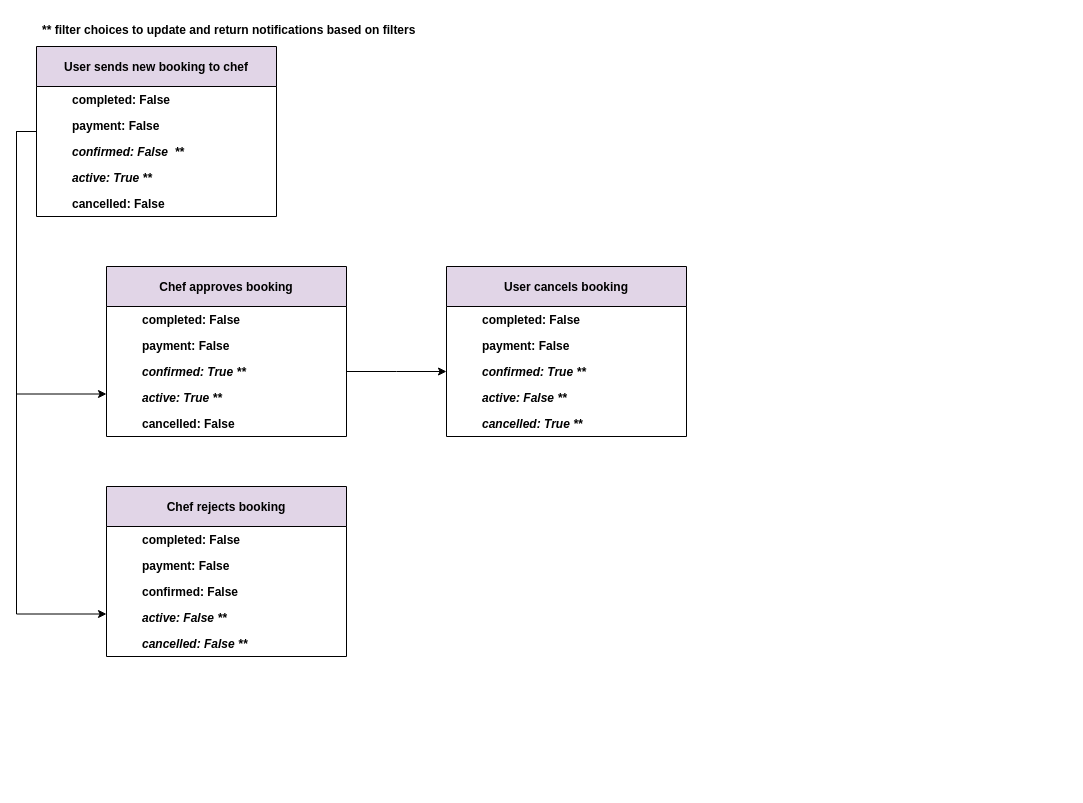
This is notifications.drawio from chuichin/foodapp, a draw.io file, before an edit. Source tidied: cells renumbered, new cells numbered last; positions are measured from the earlier drawing's top-left corner, leaving out a move shared by most shapes. Both pictures are drawn from the tidied source at 100%, with x=0, y=0 at pixel (36, 16).
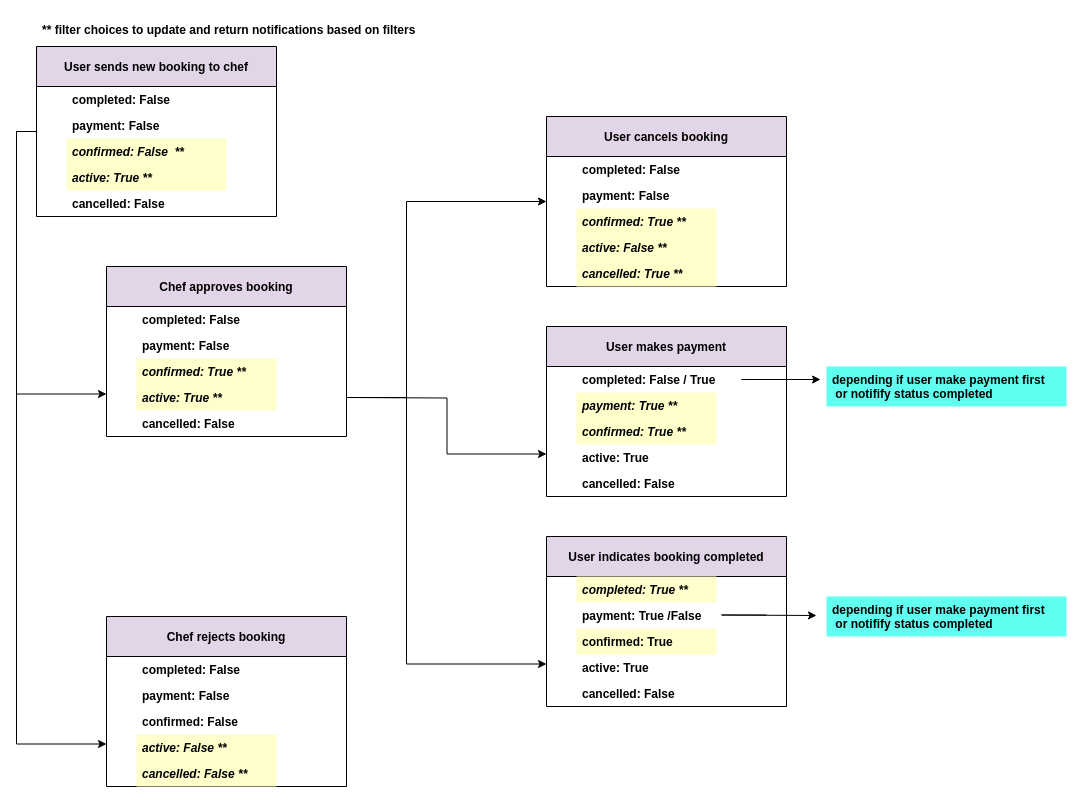
The same diagram, later.

Unchanged cells that the change refers to:
```xml
<mxCell id="4" value="User sends new booking to chef" style="swimlane;fillColor=#E1D5E7;startSize=40;" parent="1" vertex="1">
  <mxGeometry y="30" width="240" height="170" as="geometry" />
</mxCell>
<mxCell id="17" value="Chef approves booking" style="swimlane;fillColor=#E1D5E7;startSize=40;" parent="1" vertex="1">
  <mxGeometry x="70" y="250" width="240" height="170" as="geometry" />
</mxCell>
```

Change to the diagram source:
```diff
@@
-    <mxCell id="6" value="confirmed: False  **" style="text;align=left;verticalAlign=top;spacingLeft=4;spacingRight=4;overflow=hidden;rounded=0;shadow=0;html=0;fontStyle=3;strokeColor=none;" parent="4" vertex="1">
-      <mxGeometry x="30" y="92" width="210" height="26" as="geometry" />
+    <mxCell id="6" value="confirmed: False  **" style="text;align=left;verticalAlign=top;spacingLeft=4;spacingRight=4;overflow=hidden;rounded=0;shadow=0;html=0;fontStyle=3;strokeColor=none;fillColor=#FFFFCC;" parent="4" vertex="1">
+      <mxGeometry x="30" y="92" width="160" height="26" as="geometry" />
     </mxCell>
-    <mxCell id="7" value="active: True **" style="text;align=left;verticalAlign=top;spacingLeft=4;spacingRight=4;overflow=hidden;rounded=0;shadow=0;html=0;fontStyle=3;" parent="4" vertex="1">
-      <mxGeometry x="30" y="118" width="210" height="26" as="geometry" />
+    <mxCell id="7" value="active: True **" style="text;align=left;verticalAlign=top;spacingLeft=4;spacingRight=4;overflow=hidden;rounded=0;shadow=0;html=0;fontStyle=3;fillColor=#FFFFCC;" parent="4" vertex="1">
+      <mxGeometry x="30" y="118" width="160" height="26" as="geometry" />
     </mxCell>
@@
     <mxCell id="11" value="Chef rejects booking" style="swimlane;fillColor=#E1D5E7;startSize=40;" parent="1" vertex="1">
-      <mxGeometry x="70" y="470" width="240" height="170" as="geometry" />
+      <mxGeometry x="70" y="600" width="240" height="170" as="geometry" />
     </mxCell>
@@
-    <mxCell id="14" value="active: False **" style="text;align=left;verticalAlign=top;spacingLeft=4;spacingRight=4;overflow=hidden;rounded=0;shadow=0;html=0;fontStyle=3;" parent="11" vertex="1">
-      <mxGeometry x="30" y="118" width="210" height="26" as="geometry" />
+    <mxCell id="14" value="active: False **" style="text;align=left;verticalAlign=top;spacingLeft=4;spacingRight=4;overflow=hidden;rounded=0;shadow=0;html=0;fontStyle=3;fillColor=#FFFFCC;" parent="11" vertex="1">
+      <mxGeometry x="30" y="118" width="140" height="26" as="geometry" />
     </mxCell>
-    <mxCell id="15" value="cancelled: False **" style="text;align=left;verticalAlign=top;spacingLeft=4;spacingRight=4;overflow=hidden;rounded=0;shadow=0;html=0;fontStyle=3;" parent="11" vertex="1">
-      <mxGeometry x="30" y="144" width="210" height="26" as="geometry" />
+    <mxCell id="15" value="cancelled: False **" style="text;align=left;verticalAlign=top;spacingLeft=4;spacingRight=4;overflow=hidden;rounded=0;shadow=0;html=0;fontStyle=3;fillColor=#FFFFCC;" parent="11" vertex="1">
+      <mxGeometry x="30" y="144" width="140" height="26" as="geometry" />
     </mxCell>
@@
-    <mxCell id="19" value="confirmed: True **" style="text;align=left;verticalAlign=top;spacingLeft=4;spacingRight=4;overflow=hidden;points=[[0,0.5],[1,0.5]];portConstraint=eastwest;rounded=0;shadow=0;html=0;fontStyle=3;" parent="17" vertex="1">
-      <mxGeometry x="30" y="92" width="210" height="26" as="geometry" />
+    <mxCell id="19" value="confirmed: True **" style="text;align=left;verticalAlign=top;spacingLeft=4;spacingRight=4;overflow=hidden;points=[[0,0.5],[1,0.5]];portConstraint=eastwest;rounded=0;shadow=0;html=0;fontStyle=3;fillColor=#FFFFCC;" parent="17" vertex="1">
+      <mxGeometry x="30" y="92" width="140" height="26" as="geometry" />
     </mxCell>
-    <mxCell id="20" value="active: True **" style="text;align=left;verticalAlign=top;spacingLeft=4;spacingRight=4;overflow=hidden;rounded=0;shadow=0;html=0;fontStyle=3;" parent="17" vertex="1">
-      <mxGeometry x="30" y="118" width="210" height="26" as="geometry" />
+    <mxCell id="20" value="active: True **" style="text;align=left;verticalAlign=top;spacingLeft=4;spacingRight=4;overflow=hidden;rounded=0;shadow=0;html=0;fontStyle=3;fillColor=#FFFFCC;" parent="17" vertex="1">
+      <mxGeometry x="30" y="118" width="140" height="26" as="geometry" />
     </mxCell>
@@
     <mxCell id="23" value="User cancels booking" style="swimlane;fillColor=#E1D5E7;startSize=40;" parent="1" vertex="1">
-      <mxGeometry x="410" y="250" width="240" height="170" as="geometry" />
+      <mxGeometry x="510" y="100" width="240" height="170" as="geometry" />
     </mxCell>
@@
-    <mxCell id="25" value="confirmed: True **" style="text;align=left;verticalAlign=top;spacingLeft=4;spacingRight=4;overflow=hidden;rounded=0;shadow=0;html=0;fontStyle=3;" parent="23" vertex="1">
-      <mxGeometry x="30" y="92" width="210" height="26" as="geometry" />
+    <mxCell id="25" value="confirmed: True **" style="text;align=left;verticalAlign=top;spacingLeft=4;spacingRight=4;overflow=hidden;rounded=0;shadow=0;html=0;fontStyle=3;fillColor=#FFFFCC;" parent="23" vertex="1">
+      <mxGeometry x="30" y="92" width="140" height="26" as="geometry" />
     </mxCell>
-    <mxCell id="26" value="active: False **" style="text;align=left;verticalAlign=top;spacingLeft=4;spacingRight=4;overflow=hidden;rounded=0;shadow=0;html=0;fontStyle=3;" parent="23" vertex="1">
-      <mxGeometry x="30" y="118" width="210" height="26" as="geometry" />
+    <mxCell id="26" value="active: False **" style="text;align=left;verticalAlign=top;spacingLeft=4;spacingRight=4;overflow=hidden;rounded=0;shadow=0;html=0;fontStyle=3;fillColor=#FFFFCC;" parent="23" vertex="1">
+      <mxGeometry x="30" y="118" width="140" height="26" as="geometry" />
     </mxCell>
-    <mxCell id="27" value="cancelled: True **" style="text;align=left;verticalAlign=top;spacingLeft=4;spacingRight=4;overflow=hidden;rounded=0;shadow=0;html=0;fontStyle=3;" parent="23" vertex="1">
-      <mxGeometry x="30" y="144" width="210" height="26" as="geometry" />
+    <mxCell id="27" value="cancelled: True **" style="text;align=left;verticalAlign=top;spacingLeft=4;spacingRight=4;overflow=hidden;rounded=0;shadow=0;html=0;fontStyle=3;fillColor=#FFFFCC;" parent="23" vertex="1">
+      <mxGeometry x="30" y="144" width="140" height="26" as="geometry" />
     </mxCell>
@@
-    <mxCell id="29" style="edgeStyle=orthogonalEdgeStyle;rounded=0;jettySize=auto;html=1;exitX=1;exitY=0.5;exitDx=0;exitDy=0;" parent="1" edge="1" source="19">
-      <mxGeometry relative="1" as="geometry">
-        <mxPoint x="410" y="355" as="targetPoint" />
-      </mxGeometry>
-    </mxCell>
+    <mxCell id="30" style="edgeStyle=orthogonalEdgeStyle;rounded=0;jettySize=auto;html=1;entryX=0;entryY=0.5;entryDx=0;entryDy=0;" parent="1" edge="1" target="23">
+      <mxGeometry relative="1" as="geometry">
+        <mxPoint x="310" y="381" as="sourcePoint" />
+        <Array as="points">
+          <mxPoint x="370" y="381" />
+          <mxPoint x="370" y="185" />
+        </Array>
+      </mxGeometry>
+    </mxCell>
+    <mxCell id="31" value="User makes payment" style="swimlane;fillColor=#E1D5E7;startSize=40;" parent="1" vertex="1">
+      <mxGeometry x="510" y="310" width="240" height="170" as="geometry" />
+    </mxCell>
+    <mxCell id="32" value="payment: True **" style="text;align=left;verticalAlign=top;spacingLeft=4;spacingRight=4;overflow=hidden;rounded=0;shadow=0;html=0;fontStyle=3;fillColor=#FFFFCC;" parent="31" vertex="1">
+      <mxGeometry x="30" y="66" width="140" height="26" as="geometry" />
+    </mxCell>
+    <mxCell id="33" value="confirmed: True **" style="text;align=left;verticalAlign=top;spacingLeft=4;spacingRight=4;overflow=hidden;rounded=0;shadow=0;html=0;fontStyle=3;fillColor=#FFFFCC;" parent="31" vertex="1">
+      <mxGeometry x="30" y="92" width="140" height="26" as="geometry" />
+    </mxCell>
+    <mxCell id="34" value="active: True" style="text;align=left;verticalAlign=top;spacingLeft=4;spacingRight=4;overflow=hidden;rounded=0;shadow=0;html=0;fontStyle=1;" parent="31" vertex="1">
+      <mxGeometry x="30" y="118" width="210" height="26" as="geometry" />
+    </mxCell>
+    <mxCell id="35" value="cancelled: False" style="text;align=left;verticalAlign=top;spacingLeft=4;spacingRight=4;overflow=hidden;rounded=0;shadow=0;html=0;fontStyle=1;" parent="31" vertex="1">
+      <mxGeometry x="30" y="144" width="210" height="26" as="geometry" />
+    </mxCell>
+    <mxCell id="36" value="completed: False / True" style="text;align=left;verticalAlign=top;spacingLeft=4;spacingRight=4;overflow=hidden;points=[[0,0.5],[1,0.5]];portConstraint=eastwest;fontStyle=1;" parent="31" vertex="1">
+      <mxGeometry x="30" y="40" width="210" height="26" as="geometry" />
+    </mxCell>
+    <mxCell id="37" style="edgeStyle=orthogonalEdgeStyle;rounded=0;jettySize=auto;html=1;entryX=0;entryY=0.75;entryDx=0;entryDy=0;" parent="1" edge="1" target="31">
+      <mxGeometry relative="1" as="geometry">
+        <mxPoint x="310" y="381" as="sourcePoint" />
+      </mxGeometry>
+    </mxCell>
+    <mxCell id="38" value="User indicates booking completed" style="swimlane;fillColor=#E1D5E7;startSize=40;" parent="1" vertex="1">
+      <mxGeometry x="510" y="520" width="240" height="170" as="geometry" />
+    </mxCell>
+    <mxCell id="39" value="payment: True /False " style="text;align=left;verticalAlign=top;spacingLeft=4;spacingRight=4;overflow=hidden;rounded=0;shadow=0;html=0;fontStyle=1;" parent="38" vertex="1">
+      <mxGeometry x="30" y="66" width="210" height="26" as="geometry" />
+    </mxCell>
+    <mxCell id="40" value="confirmed: True " style="text;align=left;verticalAlign=top;spacingLeft=4;spacingRight=4;overflow=hidden;rounded=0;shadow=0;html=0;fontStyle=1;fillColor=#FFFFCC;" parent="38" vertex="1">
+      <mxGeometry x="30" y="92" width="140" height="26" as="geometry" />
+    </mxCell>
+    <mxCell id="41" value="active: True" style="text;align=left;verticalAlign=top;spacingLeft=4;spacingRight=4;overflow=hidden;rounded=0;shadow=0;html=0;fontStyle=1;" parent="38" vertex="1">
+      <mxGeometry x="30" y="118" width="210" height="26" as="geometry" />
+    </mxCell>
+    <mxCell id="42" value="cancelled: False" style="text;align=left;verticalAlign=top;spacingLeft=4;spacingRight=4;overflow=hidden;rounded=0;shadow=0;html=0;fontStyle=1;" parent="38" vertex="1">
+      <mxGeometry x="30" y="144" width="210" height="26" as="geometry" />
+    </mxCell>
+    <mxCell id="43" value="completed: True **" style="text;align=left;verticalAlign=top;spacingLeft=4;spacingRight=4;overflow=hidden;fontStyle=3;fillColor=#FFFFCC;" parent="38" vertex="1">
+      <mxGeometry x="30" y="40" width="140" height="26" as="geometry" />
+    </mxCell>
+    <mxCell id="44" style="endArrow=classic;html=1;" parent="38" edge="1">
+      <mxGeometry relative="1" as="geometry">
+        <mxPoint x="220" y="78.5" as="sourcePoint" />
+        <mxPoint x="270" y="79" as="targetPoint" />
+        <Array as="points">
+          <mxPoint x="170" y="78.5" />
+        </Array>
+      </mxGeometry>
+    </mxCell>
+    <mxCell id="45" style="edgeStyle=orthogonalEdgeStyle;rounded=0;jettySize=auto;html=1;entryX=0;entryY=0.75;entryDx=0;entryDy=0;" parent="1" edge="1" target="38">
+      <mxGeometry relative="1" as="geometry">
+        <mxPoint x="310" y="381" as="sourcePoint" />
+        <Array as="points">
+          <mxPoint x="370" y="381" />
+          <mxPoint x="370" y="648" />
+        </Array>
+      </mxGeometry>
+    </mxCell>
+    <mxCell id="46" style="endArrow=classic;html=1;" parent="1" edge="1" source="36">
+      <mxGeometry relative="1" as="geometry">
+        <mxPoint x="784" y="363" as="targetPoint" />
+        <Array as="points">
+          <mxPoint x="700" y="363" />
+        </Array>
+      </mxGeometry>
+    </mxCell>
+    <mxCell id="47" value="depending if user make payment first&#10; or notifify status completed&#10;" style="text;align=left;verticalAlign=top;spacingLeft=4;spacingRight=4;overflow=hidden;fontStyle=1;fillColor=#61FFEF;" parent="1" vertex="1">
+      <mxGeometry x="790" y="350" width="240" height="40" as="geometry" />
+    </mxCell>
+    <mxCell id="48" value="depending if user make payment first&#10; or notifify status completed&#10;" style="text;align=left;verticalAlign=top;spacingLeft=4;spacingRight=4;overflow=hidden;fontStyle=1;fillColor=#61FFEF;" parent="1" vertex="1">
+      <mxGeometry x="790" y="580" width="240" height="40" as="geometry" />
+    </mxCell>
```
